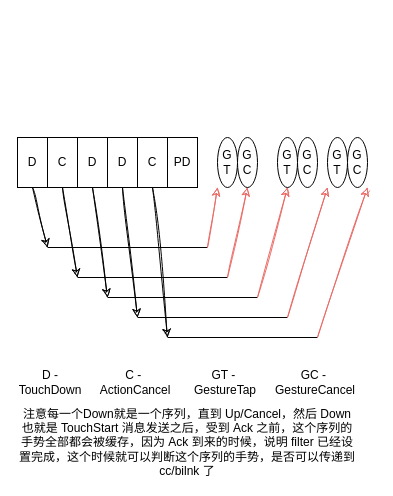
Before: page "Page-4" (4 of 5) of my_diagram.drawio in trancx/blog, a draw.io diagram. Source tidied: cells renumbered, new cells numbered last; positions are measured from the earlier drawing's top-left corner, leaving out a move shared by most shapes. Both pictures are drawn from the tidied source at 100%, with x=0, y=0 at pixel (17, 137).
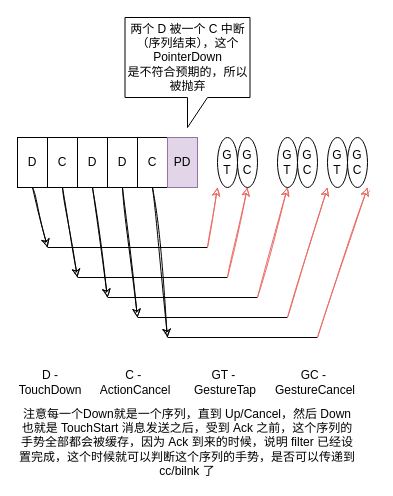
Above is the later version.

The edit, as a diff of the source:
```diff
@@
-    <mxCell id="13" value="PD" style="rounded=0;whiteSpace=wrap;html=1;" parent="1" vertex="1">
+    <mxCell id="13" value="PD" style="rounded=0;whiteSpace=wrap;html=1;fillColor=#e1d5e7;strokeColor=#9673a6;" parent="1" vertex="1">
       <mxGeometry x="150" width="30" height="50" as="geometry" />
     </mxCell>
@@
+    <mxCell id="34" value="两个 D 被一个 C 中断（序列结束），这个 PointerDown&lt;br&gt;是不符合预期的，所以被抛弃" style="shape=callout;whiteSpace=wrap;html=1;perimeter=calloutPerimeter;" parent="1" vertex="1">
+      <mxGeometry x="107.5" y="-120" width="125" height="110" as="geometry" />
+    </mxCell>
```
